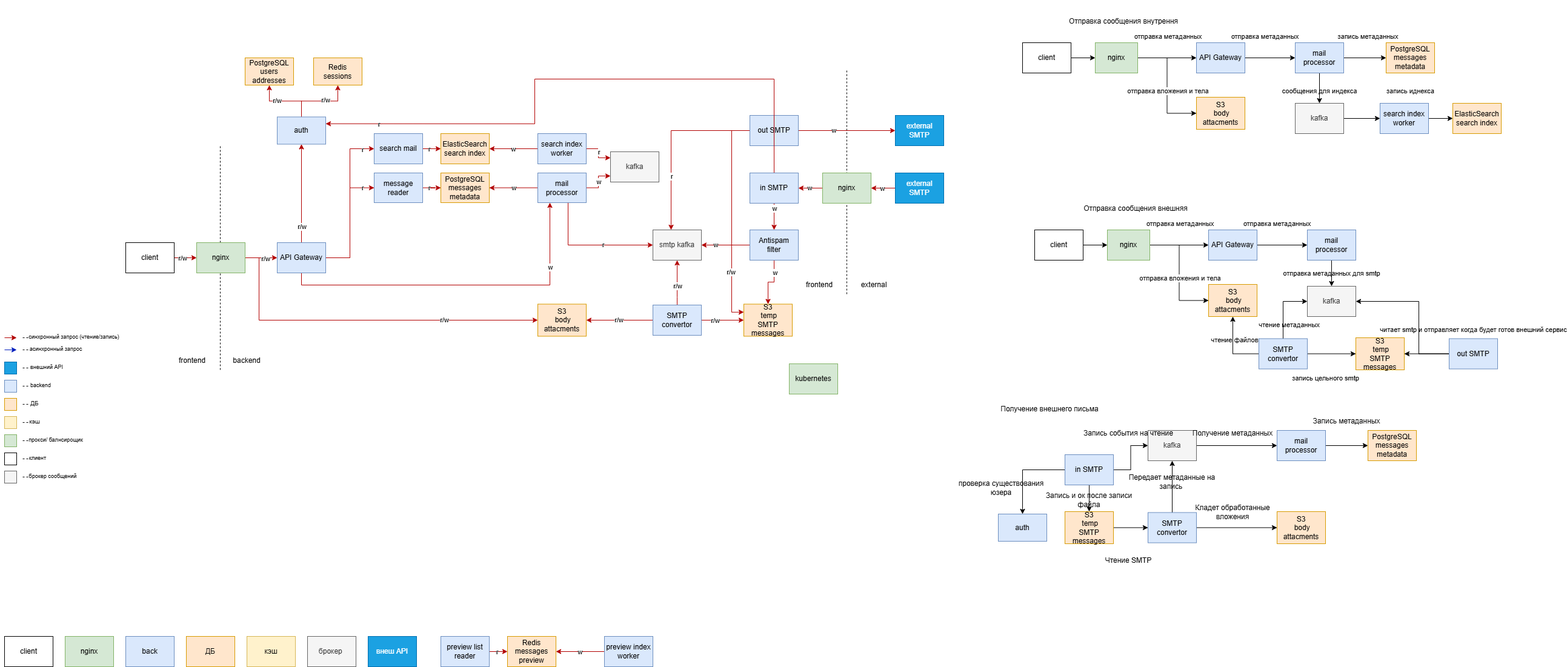
Above: images/service_scheme.png in beztoksa/VK_highload (draw.io), before the change. Source tidied: cells renumbered, new cells last; positions are measured from the earlier drawing's top-left corner, leaving out a move shared by most shapes.
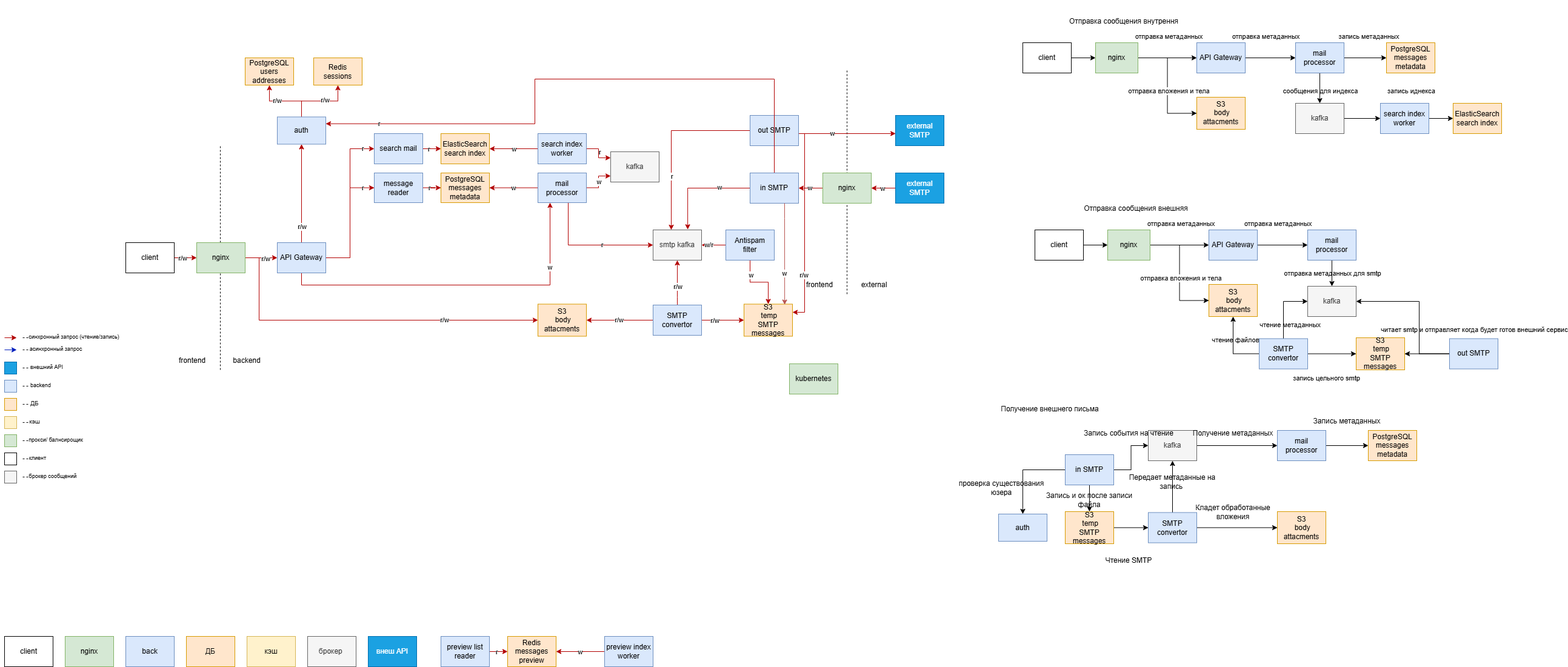
Above is the later version.

Commit message:
local schema

Change to the diagram source:
```diff
@@ -246,8 +246,13 @@
     <mxCell id="64" value="nginx" style="rounded=0;whiteSpace=wrap;html=1;fillColor=#d5e8d4;strokeColor=#82b366;" parent="1" vertex="1">
       <mxGeometry x="1350" y="285" width="80" height="50" as="geometry" />
     </mxCell>
-    <mxCell id="65" style="edgeStyle=orthogonalEdgeStyle;rounded=0;jettySize=auto;html=1;exitX=1;exitY=0.5;exitDx=0;exitDy=0;entryX=0;entryY=0.5;entryDx=0;entryDy=0;fillColor=#e51400;strokeColor=#B20000;" parent="1" edge="1" source="71" target="101">
-      <mxGeometry relative="1" as="geometry" />
+    <mxCell id="65" style="edgeStyle=orthogonalEdgeStyle;rounded=0;jettySize=auto;html=1;exitX=1;exitY=0.5;exitDx=0;exitDy=0;entryX=0.003;entryY=0.585;entryDx=0;entryDy=0;fillColor=#e51400;strokeColor=#B20000;entryPerimeter=0;" parent="1" edge="1" source="71" target="101">
+      <mxGeometry relative="1" as="geometry">
+        <Array as="points">
+          <mxPoint x="1310" y="220" />
+          <mxPoint x="1470" y="220" />
+        </Array>
+      </mxGeometry>
     </mxCell>
     <mxCell id="66" value="w" style="edgeLabel;html=1;align=center;verticalAlign=middle;" parent="65" vertex="1">
       <mxGeometry x="-0.28" y="1" relative="1" as="geometry" />
@@ -262,11 +267,14 @@
     <mxCell id="68" value="r" style="edgeLabel;html=1;align=center;verticalAlign=middle;" parent="67" vertex="1">
       <mxGeometry x="0.4" relative="1" as="geometry" />
     </mxCell>
-    <mxCell id="69" style="edgeStyle=orthogonalEdgeStyle;rounded=0;jettySize=auto;html=1;entryX=0;entryY=0.25;entryDx=0;entryDy=0;fillColor=#e51400;strokeColor=#B20000;" parent="1" edge="1" source="71" target="116">
+    <mxCell id="69" style="edgeStyle=orthogonalEdgeStyle;rounded=0;jettySize=auto;html=1;entryX=1;entryY=0.25;entryDx=0;entryDy=0;fillColor=#e51400;strokeColor=#B20000;" parent="1" edge="1" target="116">
       <mxGeometry relative="1" as="geometry">
+        <mxPoint x="1310" y="213" as="sourcePoint" />
         <Array as="points">
-          <mxPoint x="1200" y="215" />
-          <mxPoint x="1200" y="515" />
+          <mxPoint x="1310" y="220" />
+          <mxPoint x="1320" y="220" />
+          <mxPoint x="1320" y="515" />
+          <mxPoint x="1300" y="515" />
         </Array>
       </mxGeometry>
     </mxCell>
@@ -288,8 +296,12 @@
     <mxCell id="73" value="r" style="edgeLabel;html=1;align=center;verticalAlign=middle;" parent="72" vertex="1">
       <mxGeometry x="0.82" relative="1" as="geometry" />
     </mxCell>
-    <mxCell id="74" style="edgeStyle=orthogonalEdgeStyle;rounded=0;jettySize=auto;html=1;entryX=0.5;entryY=0;entryDx=0;entryDy=0;fillColor=#e51400;strokeColor=#B20000;" parent="1" edge="1" source="76" target="206">
-      <mxGeometry relative="1" as="geometry" />
+    <mxCell id="74" style="edgeStyle=orthogonalEdgeStyle;rounded=0;jettySize=auto;html=1;fillColor=#e51400;strokeColor=#B20000;entryX=0.714;entryY=-0.014;entryDx=0;entryDy=0;entryPerimeter=0;" parent="1" edge="1" source="76" target="201">
+      <mxGeometry relative="1" as="geometry">
+        <Array as="points">
+          <mxPoint x="1127" y="310" />
+        </Array>
+      </mxGeometry>
     </mxCell>
     <mxCell id="75" value="w" style="edgeLabel;html=1;align=center;verticalAlign=middle;" parent="74" vertex="1">
       <mxGeometry x="-0.44" y="2" relative="1" as="geometry">
@@ -748,7 +760,7 @@
     <mxCell id="202" style="edgeStyle=orthogonalEdgeStyle;rounded=0;jettySize=auto;html=1;fillColor=#e51400;strokeColor=#B20000;" parent="1" edge="1" source="206" target="201">
       <mxGeometry relative="1" as="geometry" />
     </mxCell>
-    <mxCell id="203" value="w" style="edgeLabel;html=1;align=center;verticalAlign=middle;" parent="202" vertex="1">
+    <mxCell id="203" value="w/r" style="edgeLabel;html=1;align=center;verticalAlign=middle;" parent="202" vertex="1">
       <mxGeometry x="0.42" y="-1" relative="1" as="geometry" />
     </mxCell>
     <mxCell id="204" style="edgeStyle=orthogonalEdgeStyle;rounded=0;jettySize=auto;html=1;entryX=0.5;entryY=0;entryDx=0;entryDy=0;fillColor=#e51400;strokeColor=#B20000;" parent="1" edge="1" source="206" target="116">
@@ -758,7 +770,18 @@
       <mxGeometry x="-0.53" y="1" relative="1" as="geometry" />
     </mxCell>
     <mxCell id="206" value="Antispam&lt;div&gt;filter&lt;/div&gt;" style="rounded=0;whiteSpace=wrap;html=1;fillColor=#dae8fc;strokeColor=#6c8ebf;" parent="1" vertex="1">
-      <mxGeometry x="1230" y="379" width="80" height="50" as="geometry" />
+      <mxGeometry x="1190" y="379" width="80" height="50" as="geometry" />
     </mxCell>
+    <mxCell id="207" style="edgeStyle=orthogonalEdgeStyle;rounded=0;jettySize=auto;html=1;entryX=0.839;entryY=0.019;entryDx=0;entryDy=0;entryPerimeter=0;fillColor=#f8cecc;strokeColor=#b85450;" parent="1" edge="1" source="76" target="116">
+      <mxGeometry relative="1" as="geometry">
+        <Array as="points">
+          <mxPoint x="1287" y="360" />
+          <mxPoint x="1287" y="360" />
+        </Array>
+      </mxGeometry>
+    </mxCell>
+    <mxCell id="208" value="w" style="edgeLabel;html=1;align=center;verticalAlign=middle;" parent="207" vertex="1">
+      <mxGeometry x="0.37" y="-1" relative="1" as="geometry" />
+    </mxCell>
   </root>
 </mxGraphModel>
```
